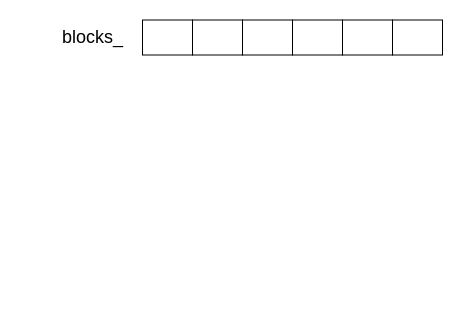
Earlier version of the draw.io diagram levelDB学习.drawio (Jev0987/drawioFile). Source tidied: cells renumbered, new cells numbered last; positions are measured from the earlier drawing's top-left corner, leaving out a move shared by most shapes. Both pictures are drawn from the tidied source at 100%, with x=0, y=0 at pixel (52, 17).
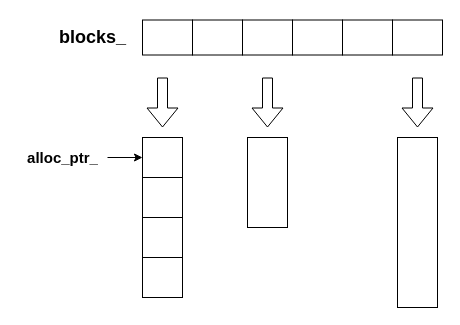
After the change.

Diff of the diagram source:
```diff
@@
-    <mxCell id="3" value="&lt;font style=&quot;font-size: 18px;&quot;&gt;blocks_&lt;/font&gt;" style="text;html=1;align=center;verticalAlign=middle;strokeColor=none;fillColor=none;" parent="1" vertex="1">
-      <mxGeometry width="80" height="40" as="geometry" />
+    <mxCell id="3" value="&lt;font style=&quot;font-size: 18px;&quot;&gt;&lt;b&gt;blocks_&lt;/b&gt;&lt;/font&gt;" style="text;html=1;align=center;verticalAlign=middle;strokeColor=none;fillColor=none;" parent="1" vertex="1">
+      <mxGeometry x="-5" width="90" height="40" as="geometry" />
     </mxCell>
@@
+    <mxCell id="9" style="shape=flexArrow;endArrow=classic;html=1;rounded=0;" parent="1" edge="1">
+      <mxGeometry relative="1" as="geometry">
+        <mxPoint x="110" y="60" as="sourcePoint" />
+        <mxPoint x="110" y="110" as="targetPoint" />
+      </mxGeometry>
+    </mxCell>
+    <mxCell id="10" style="rounded=0;whiteSpace=wrap;html=1;" parent="1" vertex="1">
+      <mxGeometry x="90" y="120" width="40" height="40" as="geometry" />
+    </mxCell>
+    <mxCell id="11" style="shape=flexArrow;endArrow=classic;html=1;rounded=0;" parent="1" edge="1">
+      <mxGeometry relative="1" as="geometry">
+        <mxPoint x="215" y="60" as="sourcePoint" />
+        <mxPoint x="215" y="110" as="targetPoint" />
+      </mxGeometry>
+    </mxCell>
+    <mxCell id="12" style="rounded=0;whiteSpace=wrap;html=1;" parent="1" vertex="1">
+      <mxGeometry x="195" y="120" width="40" height="90" as="geometry" />
+    </mxCell>
+    <mxCell id="13" style="shape=flexArrow;endArrow=classic;html=1;rounded=0;" parent="1" edge="1">
+      <mxGeometry relative="1" as="geometry">
+        <mxPoint x="365" y="60" as="sourcePoint" />
+        <mxPoint x="365" y="110" as="targetPoint" />
+      </mxGeometry>
+    </mxCell>
+    <mxCell id="14" style="rounded=0;whiteSpace=wrap;html=1;" parent="1" vertex="1">
+      <mxGeometry x="345" y="120" width="40" height="170" as="geometry" />
+    </mxCell>
+    <mxCell id="15" value="&lt;b&gt;&lt;font style=&quot;font-size: 15px;&quot;&gt;alloc_ptr_&lt;/font&gt;&lt;/b&gt;" style="text;html=1;align=center;verticalAlign=middle;points=[];strokeColor=none;fillColor=none;" parent="1" vertex="1">
+      <mxGeometry x="-35" y="125" width="90" height="30" as="geometry" />
+    </mxCell>
+    <mxCell id="16" style="rounded=0;whiteSpace=wrap;html=1;" parent="1" vertex="1">
+      <mxGeometry x="90" y="160" width="40" height="40" as="geometry" />
+    </mxCell>
+    <mxCell id="17" style="rounded=0;whiteSpace=wrap;html=1;" parent="1" vertex="1">
+      <mxGeometry x="90" y="200" width="40" height="40" as="geometry" />
+    </mxCell>
+    <mxCell id="18" style="rounded=0;whiteSpace=wrap;html=1;" parent="1" vertex="1">
+      <mxGeometry x="90" y="240" width="40" height="40" as="geometry" />
+    </mxCell>
+    <mxCell id="19" style="endArrow=classic;html=1;rounded=0;exitX=1;exitY=0.5;exitDx=0;exitDy=0;exitPerimeter=0;entryX=0;entryY=0.5;entryDx=0;entryDy=0;" parent="1" edge="1" source="15" target="10">
+      <mxGeometry relative="1" as="geometry" />
+    </mxCell>
```
